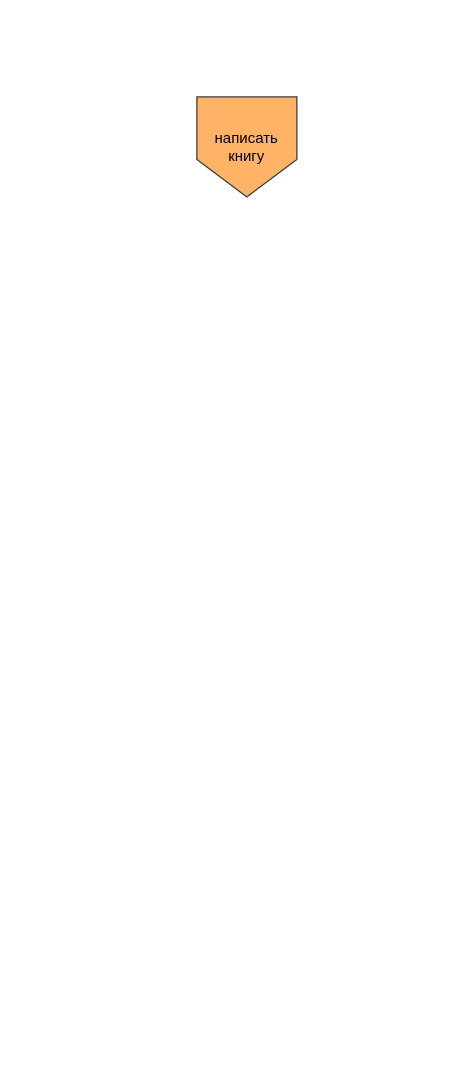
DMfananddu/ERP keeps this draw.io diagram as l1 2.drawio. Above is the earlier version. Source tidied: cells renumbered, new cells numbered last; positions are measured from the earlier drawing's top-left corner, leaving out a move shared by most shapes. Both pictures are drawn from the tidied source at 125%, with x=0, y=0 at pixel (196, 96).
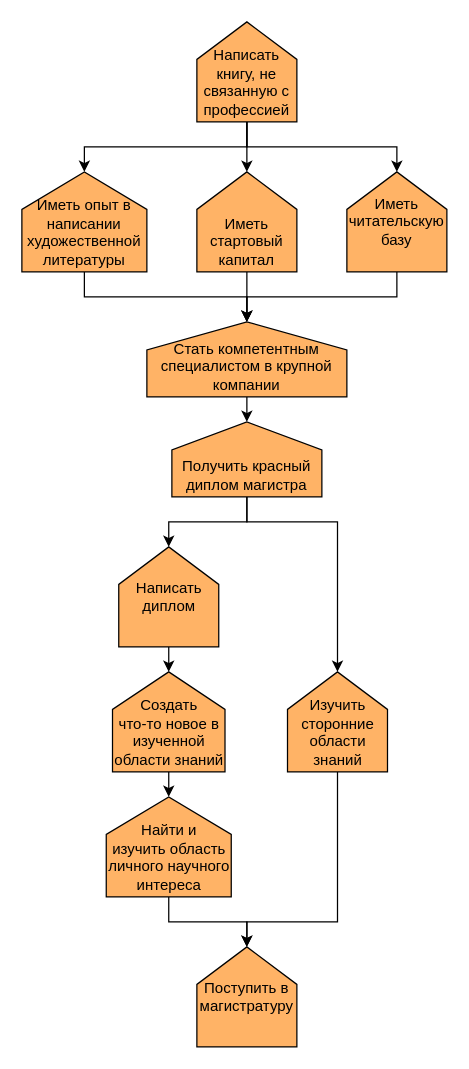
The same page after the edit.

Diff of the diagram source:
```diff
@@
-    <mxCell id="2" value="написать книгу" style="shape=offPageConnector;whiteSpace=wrap;html=1;rotation=0;size=0.375;fillColor=#FFB366;strokeColor=#36393d;horizontal=1;" parent="1" vertex="1">
-      <mxGeometry width="80" height="80" as="geometry" />
-    </mxCell>
+    <mxCell id="3" style="edgeStyle=orthogonalEdgeStyle;rounded=0;jettySize=auto;html=1;exitX=0.5;exitY=0;exitDx=0;exitDy=0;entryX=0.5;entryY=1;entryDx=0;entryDy=0;" parent="1" edge="1" source="6" target="8">
+      <mxGeometry relative="1" as="geometry" />
+    </mxCell>
+    <mxCell id="4" style="edgeStyle=orthogonalEdgeStyle;rounded=0;jettySize=auto;html=1;exitX=0.5;exitY=0;exitDx=0;exitDy=0;entryX=0.5;entryY=1;entryDx=0;entryDy=0;" parent="1" edge="1" source="6" target="10">
+      <mxGeometry relative="1" as="geometry" />
+    </mxCell>
+    <mxCell id="5" style="edgeStyle=orthogonalEdgeStyle;rounded=0;jettySize=auto;html=1;exitX=0.5;exitY=0;exitDx=0;exitDy=0;entryX=0.5;entryY=1;entryDx=0;entryDy=0;" parent="1" edge="1" source="6" target="12">
+      <mxGeometry relative="1" as="geometry" />
+    </mxCell>
+    <mxCell id="6" value="Написать книгу, не связанную с профессией" style="shape=offPageConnector;whiteSpace=wrap;html=1;direction=west;fillColor=#FFB366;verticalAlign=bottom;horizontal=1;" parent="1" vertex="1">
+      <mxGeometry y="-60" width="80" height="80" as="geometry" />
+    </mxCell>
+    <mxCell id="7" style="edgeStyle=orthogonalEdgeStyle;rounded=0;jettySize=auto;html=1;exitX=0.5;exitY=0;exitDx=0;exitDy=0;entryX=0.5;entryY=1;entryDx=0;entryDy=0;" parent="1" edge="1" source="8" target="14">
+      <mxGeometry relative="1" as="geometry" />
+    </mxCell>
+    <mxCell id="8" value="Иметь опыт в написании художественной литературы" style="shape=offPageConnector;whiteSpace=wrap;html=1;direction=west;fillColor=#FFB366;verticalAlign=bottom;horizontal=1;" parent="1" vertex="1">
+      <mxGeometry x="-140" y="60" width="100" height="80" as="geometry" />
+    </mxCell>
+    <mxCell id="9" style="edgeStyle=orthogonalEdgeStyle;rounded=0;jettySize=auto;html=1;exitX=0.5;exitY=0;exitDx=0;exitDy=0;entryX=0.5;entryY=1;entryDx=0;entryDy=0;" parent="1" edge="1" source="10" target="14">
+      <mxGeometry relative="1" as="geometry" />
+    </mxCell>
+    <mxCell id="10" value="Иметь стартовый капитал" style="shape=offPageConnector;whiteSpace=wrap;html=1;direction=west;fillColor=#FFB366;verticalAlign=bottom;horizontal=1;size=0.375;" parent="1" vertex="1">
+      <mxGeometry y="60" width="80" height="80" as="geometry" />
+    </mxCell>
+    <mxCell id="11" style="edgeStyle=orthogonalEdgeStyle;rounded=0;jettySize=auto;html=1;exitX=0.5;exitY=0;exitDx=0;exitDy=0;entryX=0.5;entryY=1;entryDx=0;entryDy=0;" parent="1" edge="1" source="12" target="14">
+      <mxGeometry relative="1" as="geometry" />
+    </mxCell>
+    <mxCell id="12" value="Иметь читательскую базу" style="shape=offPageConnector;whiteSpace=wrap;html=1;direction=west;fillColor=#FFB366;verticalAlign=middle;horizontal=1;" parent="1" vertex="1">
+      <mxGeometry x="120" y="60" width="80" height="80" as="geometry" />
+    </mxCell>
+    <mxCell id="13" style="edgeStyle=orthogonalEdgeStyle;rounded=0;jettySize=auto;html=1;exitX=0.5;exitY=0;exitDx=0;exitDy=0;entryX=0.5;entryY=1;entryDx=0;entryDy=0;" parent="1" edge="1" source="14" target="17">
+      <mxGeometry relative="1" as="geometry" />
+    </mxCell>
+    <mxCell id="14" value="Стать компетентным специалистом в крупной компании" style="shape=offPageConnector;whiteSpace=wrap;html=1;direction=west;fillColor=#FFB366;verticalAlign=bottom;horizontal=1;" parent="1" vertex="1">
+      <mxGeometry x="-40" y="180" width="160" height="60" as="geometry" />
+    </mxCell>
+    <mxCell id="15" style="edgeStyle=orthogonalEdgeStyle;rounded=0;jettySize=auto;html=1;exitX=0.5;exitY=0;exitDx=0;exitDy=0;entryX=0.5;entryY=1;entryDx=0;entryDy=0;" parent="1" edge="1" source="17" target="24">
+      <mxGeometry relative="1" as="geometry">
+        <Array as="points">
+          <mxPoint x="40" y="340" />
+          <mxPoint x="-22" y="340" />
+        </Array>
+      </mxGeometry>
+    </mxCell>
+    <mxCell id="16" style="edgeStyle=orthogonalEdgeStyle;rounded=0;jettySize=auto;html=1;exitX=0.5;exitY=0;exitDx=0;exitDy=0;entryX=0.5;entryY=1;entryDx=0;entryDy=0;" parent="1" edge="1" source="17" target="21">
+      <mxGeometry relative="1" as="geometry">
+        <Array as="points">
+          <mxPoint x="40" y="340" />
+          <mxPoint x="113" y="340" />
+        </Array>
+      </mxGeometry>
+    </mxCell>
+    <mxCell id="17" value="Получить красный диплом магистра" style="shape=offPageConnector;whiteSpace=wrap;html=1;direction=west;fillColor=#FFB366;verticalAlign=bottom;horizontal=1;" parent="1" vertex="1">
+      <mxGeometry x="-20" y="260" width="120" height="60" as="geometry" />
+    </mxCell>
+    <mxCell id="18" style="edgeStyle=orthogonalEdgeStyle;rounded=0;jettySize=auto;html=1;exitX=0.5;exitY=0;exitDx=0;exitDy=0;entryX=0.5;entryY=1;entryDx=0;entryDy=0;" parent="1" edge="1" source="19" target="25">
+      <mxGeometry relative="1" as="geometry" />
+    </mxCell>
+    <mxCell id="19" value="Найти и&lt;br&gt;изучить область личного научного интереса" style="shape=offPageConnector;whiteSpace=wrap;html=1;direction=west;fillColor=#FFB366;verticalAlign=bottom;horizontal=1;" parent="1" vertex="1">
+      <mxGeometry x="-72.5" y="560" width="100" height="80" as="geometry" />
+    </mxCell>
+    <mxCell id="20" style="edgeStyle=orthogonalEdgeStyle;rounded=0;jettySize=auto;html=1;exitX=0.5;exitY=0;exitDx=0;exitDy=0;entryX=0.5;entryY=1;entryDx=0;entryDy=0;" parent="1" edge="1" source="21" target="25">
+      <mxGeometry relative="1" as="geometry">
+        <Array as="points">
+          <mxPoint x="113" y="660" />
+          <mxPoint x="40" y="660" />
+        </Array>
+      </mxGeometry>
+    </mxCell>
+    <mxCell id="21" value="Изучить сторонние области знаний" style="shape=offPageConnector;whiteSpace=wrap;html=1;direction=west;fillColor=#FFB366;verticalAlign=bottom;horizontal=1;" parent="1" vertex="1">
+      <mxGeometry x="72.5" y="460" width="80" height="80" as="geometry" />
+    </mxCell>
+    <mxCell id="22" style="edgeStyle=orthogonalEdgeStyle;rounded=0;jettySize=auto;html=1;exitX=0.5;exitY=0;exitDx=0;exitDy=0;entryX=0.5;entryY=1;entryDx=0;entryDy=0;" parent="1" edge="1" source="26" target="19">
+      <mxGeometry relative="1" as="geometry" />
+    </mxCell>
+    <mxCell id="23" style="edgeStyle=orthogonalEdgeStyle;rounded=0;jettySize=auto;html=1;exitX=0.5;exitY=0;exitDx=0;exitDy=0;entryX=0.5;entryY=1;entryDx=0;entryDy=0;" parent="1" edge="1" source="24" target="26">
+      <mxGeometry relative="1" as="geometry" />
+    </mxCell>
+    <mxCell id="24" value="Написать диплом" style="shape=offPageConnector;whiteSpace=wrap;html=1;direction=west;fillColor=#FFB366;verticalAlign=middle;horizontal=1;" parent="1" vertex="1">
+      <mxGeometry x="-62.5" y="360" width="80" height="80" as="geometry" />
+    </mxCell>
+    <mxCell id="25" value="Поступить в магистратуру" style="shape=offPageConnector;whiteSpace=wrap;html=1;direction=west;fillColor=#FFB366;verticalAlign=middle;horizontal=1;" parent="1" vertex="1">
+      <mxGeometry y="680" width="80" height="80" as="geometry" />
+    </mxCell>
+    <mxCell id="26" value="Создать&lt;br&gt;что-то новое в изученной области знаний" style="shape=offPageConnector;whiteSpace=wrap;html=1;direction=west;fillColor=#FFB366;verticalAlign=bottom;horizontal=1;" parent="1" vertex="1">
+      <mxGeometry x="-67.5" y="460" width="90" height="80" as="geometry" />
+    </mxCell>
```
